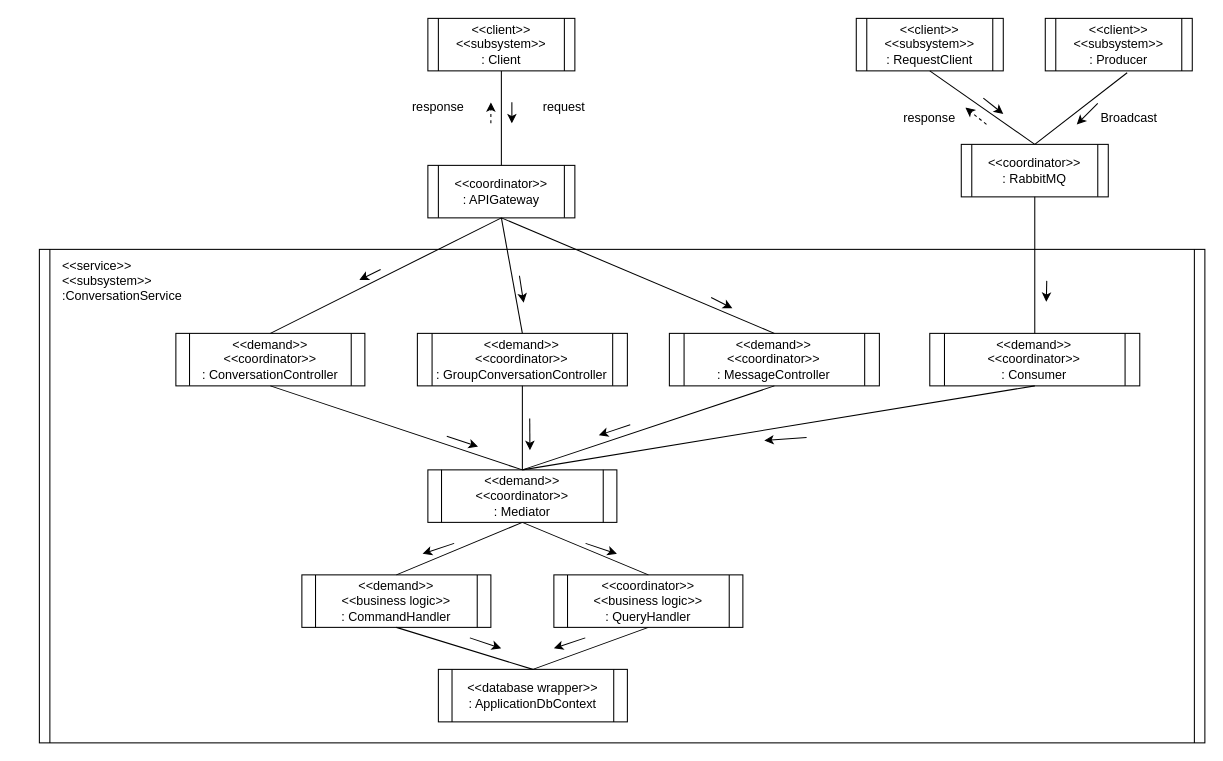
This is docs/Subsystem Diagram/Conversation.subsystem.drawio from Carl-Johnsons/Chat-Application, a draw.io file, before an edit. Source tidied: cells renumbered, new cells numbered last; positions are measured from the earlier drawing's top-left corner, leaving out a move shared by most shapes. Both pictures are drawn from the tidied source at 105%, with x=0, y=0 at pixel (39, 18).
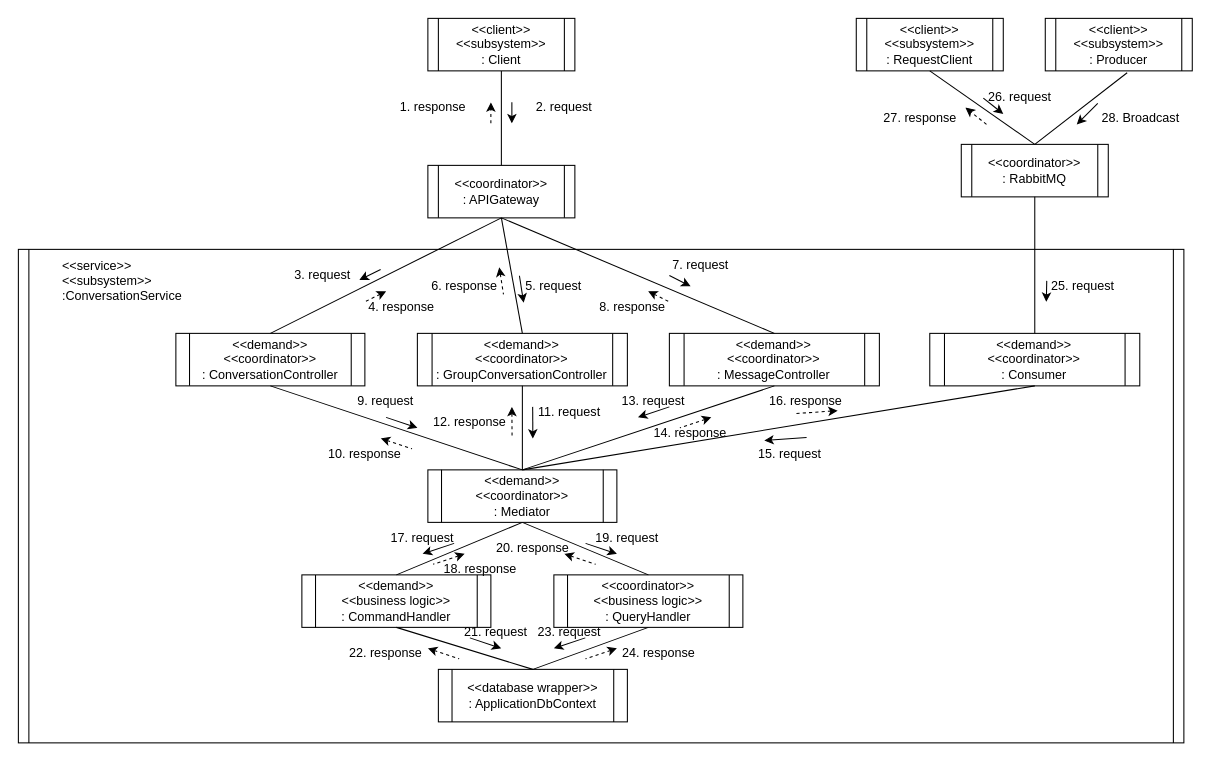
After the change.

The edit, as a diff of the source:
```diff
@@
     <mxCell id="2" style="shape=process;whiteSpace=wrap;html=1;backgroundOutline=1;size=0.009009009009009009;" parent="1" vertex="1">
-      <mxGeometry y="220" width="1110" height="470" as="geometry" />
+      <mxGeometry x="-20" y="220" width="1110" height="470" as="geometry" />
     </mxCell>
@@
-    <mxCell id="26" value="request" style="text;html=1;strokeColor=none;fillColor=none;align=center;verticalAlign=middle;whiteSpace=wrap;rounded=0;" parent="1" vertex="1">
+    <mxCell id="26" value="2. request" style="text;html=1;strokeColor=none;fillColor=none;align=center;verticalAlign=middle;whiteSpace=wrap;rounded=0;" parent="1" vertex="1">
       <mxGeometry x="470" y="70" width="60" height="30" as="geometry" />
     </mxCell>
-    <mxCell id="27" value="response" style="text;html=1;strokeColor=none;fillColor=none;align=center;verticalAlign=middle;whiteSpace=wrap;rounded=0;" parent="1" vertex="1">
-      <mxGeometry x="350" y="70" width="60" height="30" as="geometry" />
+    <mxCell id="27" value="1. response" style="text;html=1;strokeColor=none;fillColor=none;align=center;verticalAlign=middle;whiteSpace=wrap;rounded=0;" parent="1" vertex="1">
+      <mxGeometry x="340" y="70" width="70" height="30" as="geometry" />
     </mxCell>
@@
     <mxCell id="30" style="endArrow=classic;html=1;exitX=0.727;exitY=0.106;exitDx=0;exitDy=0;exitPerimeter=0;" parent="1" edge="1">
       <mxGeometry relative="1" as="geometry">
-        <mxPoint x="639.8" y="265.8" as="sourcePoint" />
-        <mxPoint x="660" y="276" as="targetPoint" />
+        <mxPoint x="600" y="244.9" as="sourcePoint" />
+        <mxPoint x="620.2" y="255.1" as="targetPoint" />
       </mxGeometry>
     </mxCell>
     <mxCell id="31" style="endArrow=classic;html=1;exitX=0.636;exitY=0.362;exitDx=0;exitDy=0;exitPerimeter=0;entryX=0.602;entryY=0.383;entryDx=0;entryDy=0;entryPerimeter=0;" parent="1" edge="1">
       <mxGeometry relative="1" as="geometry">
-        <mxPoint x="562.7" y="387.1" as="sourcePoint" />
-        <mxPoint x="532.8" y="397" as="targetPoint" />
+        <mxPoint x="600" y="370" as="sourcePoint" />
+        <mxPoint x="570.1" y="379.9" as="targetPoint" />
       </mxGeometry>
     </mxCell>
     <mxCell id="32" style="endArrow=classic;html=1;exitX=0.636;exitY=0.362;exitDx=0;exitDy=0;exitPerimeter=0;entryX=0.54;entryY=0.426;entryDx=0;entryDy=0;entryPerimeter=0;" parent="1" edge="1">
       <mxGeometry relative="1" as="geometry">
-        <mxPoint x="467" y="381" as="sourcePoint" />
-        <mxPoint x="467.2" y="411.2" as="targetPoint" />
+        <mxPoint x="469.8" y="370" as="sourcePoint" />
+        <mxPoint x="470" y="400.2" as="targetPoint" />
       </mxGeometry>
     </mxCell>
     <mxCell id="33" style="endArrow=classic;html=1;entryX=0.477;entryY=0.404;entryDx=0;entryDy=0;entryPerimeter=0;" parent="1" edge="1">
       <mxGeometry relative="1" as="geometry">
-        <mxPoint x="388" y="398" as="sourcePoint" />
-        <mxPoint x="417.8" y="407.9" as="targetPoint" />
+        <mxPoint x="330.2" y="380" as="sourcePoint" />
+        <mxPoint x="360" y="389.9" as="targetPoint" />
       </mxGeometry>
     </mxCell>
@@
-    <mxCell id="42" value="response" style="text;html=1;strokeColor=none;fillColor=none;align=center;verticalAlign=middle;whiteSpace=wrap;rounded=0;" parent="1" vertex="1">
-      <mxGeometry x="818" y="80" width="60" height="30" as="geometry" />
+    <mxCell id="42" value="27. response" style="text;html=1;strokeColor=none;fillColor=none;align=center;verticalAlign=middle;whiteSpace=wrap;rounded=0;" parent="1" vertex="1">
+      <mxGeometry x="800" y="80" width="78" height="30" as="geometry" />
     </mxCell>
-    <mxCell id="43" value="Broadcast" style="text;html=1;strokeColor=none;fillColor=none;align=center;verticalAlign=middle;whiteSpace=wrap;rounded=0;" parent="1" vertex="1">
-      <mxGeometry x="1008" y="80" width="60" height="30" as="geometry" />
+    <mxCell id="43" value="28. Broadcast" style="text;html=1;strokeColor=none;fillColor=none;align=center;verticalAlign=middle;whiteSpace=wrap;rounded=0;" parent="1" vertex="1">
+      <mxGeometry x="1008" y="80" width="82" height="30" as="geometry" />
     </mxCell>
@@
+    <mxCell id="53" style="endArrow=none;html=1;exitX=0.375;exitY=0.043;exitDx=0;exitDy=0;exitPerimeter=0;entryX=0.352;entryY=0.064;entryDx=0;entryDy=0;entryPerimeter=0;startArrow=classic;startFill=1;endFill=0;dashed=1;" parent="1" edge="1">
+      <mxGeometry relative="1" as="geometry">
+        <mxPoint x="330.2" y="260" as="sourcePoint" />
+        <mxPoint x="310" y="269.9" as="targetPoint" />
+      </mxGeometry>
+    </mxCell>
+    <mxCell id="54" style="endArrow=none;html=1;exitX=0.375;exitY=0.043;exitDx=0;exitDy=0;exitPerimeter=0;entryX=0.523;entryY=0.106;entryDx=0;entryDy=0;entryPerimeter=0;endFill=0;startArrow=classic;startFill=1;dashed=1;" parent="1" edge="1">
+      <mxGeometry relative="1" as="geometry">
+        <mxPoint x="438" y="237.1" as="sourcePoint" />
+        <mxPoint x="442" y="262.9" as="targetPoint" />
+      </mxGeometry>
+    </mxCell>
+    <mxCell id="55" style="endArrow=none;html=1;exitX=0.727;exitY=0.106;exitDx=0;exitDy=0;exitPerimeter=0;startArrow=classic;startFill=1;endFill=0;dashed=1;" parent="1" edge="1">
+      <mxGeometry relative="1" as="geometry">
+        <mxPoint x="579.8" y="259.8" as="sourcePoint" />
+        <mxPoint x="600" y="270" as="targetPoint" />
+      </mxGeometry>
+    </mxCell>
+    <mxCell id="56" style="endArrow=none;html=1;entryX=0.477;entryY=0.404;entryDx=0;entryDy=0;entryPerimeter=0;startArrow=classic;startFill=1;endFill=0;dashed=1;" parent="1" edge="1">
+      <mxGeometry relative="1" as="geometry">
+        <mxPoint x="325.1" y="400" as="sourcePoint" />
+        <mxPoint x="354.9" y="409.9" as="targetPoint" />
+      </mxGeometry>
+    </mxCell>
+    <mxCell id="57" style="endArrow=none;html=1;exitX=0.636;exitY=0.362;exitDx=0;exitDy=0;exitPerimeter=0;entryX=0.54;entryY=0.426;entryDx=0;entryDy=0;entryPerimeter=0;startArrow=classic;startFill=1;endFill=0;dashed=1;" parent="1" edge="1">
+      <mxGeometry relative="1" as="geometry">
+        <mxPoint x="450" y="370" as="sourcePoint" />
+        <mxPoint x="450.2" y="400.2" as="targetPoint" />
+      </mxGeometry>
+    </mxCell>
+    <mxCell id="58" style="endArrow=none;html=1;exitX=0.636;exitY=0.362;exitDx=0;exitDy=0;exitPerimeter=0;entryX=0.602;entryY=0.383;entryDx=0;entryDy=0;entryPerimeter=0;startArrow=classic;startFill=1;endFill=0;dashed=1;" parent="1" edge="1">
+      <mxGeometry relative="1" as="geometry">
+        <mxPoint x="639.9" y="380" as="sourcePoint" />
+        <mxPoint x="610" y="389.9" as="targetPoint" />
+      </mxGeometry>
+    </mxCell>
+    <mxCell id="59" style="endArrow=none;html=1;exitX=0.636;exitY=0.362;exitDx=0;exitDy=0;exitPerimeter=0;entryX=0.622;entryY=0.383;entryDx=0;entryDy=0;entryPerimeter=0;dashed=1;endFill=0;startArrow=classic;startFill=1;" parent="1" edge="1">
+      <mxGeometry relative="1" as="geometry">
+        <mxPoint x="760.3" y="373.6" as="sourcePoint" />
+        <mxPoint x="720" y="376.4" as="targetPoint" />
+      </mxGeometry>
+    </mxCell>
+    <mxCell id="60" style="endArrow=none;html=1;exitX=0.636;exitY=0.362;exitDx=0;exitDy=0;exitPerimeter=0;entryX=0.602;entryY=0.383;entryDx=0;entryDy=0;entryPerimeter=0;endFill=0;dashed=1;startArrow=classic;startFill=1;" parent="1" edge="1">
+      <mxGeometry relative="1" as="geometry">
+        <mxPoint x="405" y="510" as="sourcePoint" />
+        <mxPoint x="375" y="519.9" as="targetPoint" />
+      </mxGeometry>
+    </mxCell>
+    <mxCell id="61" style="endArrow=none;html=1;entryX=0.477;entryY=0.404;entryDx=0;entryDy=0;entryPerimeter=0;startArrow=classic;startFill=1;endFill=0;dashed=1;" parent="1" edge="1">
+      <mxGeometry relative="1" as="geometry">
+        <mxPoint x="500" y="510" as="sourcePoint" />
+        <mxPoint x="529.8" y="519.9" as="targetPoint" />
+      </mxGeometry>
+    </mxCell>
+    <mxCell id="62" style="endArrow=none;html=1;exitX=0.636;exitY=0.362;exitDx=0;exitDy=0;exitPerimeter=0;entryX=0.602;entryY=0.383;entryDx=0;entryDy=0;entryPerimeter=0;dashed=1;endFill=0;startArrow=classic;startFill=1;" parent="1" edge="1">
+      <mxGeometry relative="1" as="geometry">
+        <mxPoint x="550" y="600" as="sourcePoint" />
+        <mxPoint x="520.1" y="609.9" as="targetPoint" />
+      </mxGeometry>
+    </mxCell>
+    <mxCell id="63" style="endArrow=none;html=1;entryX=0.477;entryY=0.404;entryDx=0;entryDy=0;entryPerimeter=0;startArrow=classic;startFill=1;endFill=0;dashed=1;" parent="1" edge="1">
+      <mxGeometry relative="1" as="geometry">
+        <mxPoint x="370" y="600" as="sourcePoint" />
+        <mxPoint x="399.8" y="609.9" as="targetPoint" />
+      </mxGeometry>
+    </mxCell>
+    <mxCell id="64" value="3. request" style="text;html=1;strokeColor=none;fillColor=none;align=center;verticalAlign=middle;whiteSpace=wrap;rounded=0;" parent="1" vertex="1">
+      <mxGeometry x="240" y="230" width="60" height="30" as="geometry" />
+    </mxCell>
+    <mxCell id="65" value="4. response" style="text;html=1;strokeColor=none;fillColor=none;align=center;verticalAlign=middle;whiteSpace=wrap;rounded=0;" parent="1" vertex="1">
+      <mxGeometry x="310" y="260" width="70" height="30" as="geometry" />
+    </mxCell>
+    <mxCell id="66" value="6. response" style="text;html=1;strokeColor=none;fillColor=none;align=center;verticalAlign=middle;whiteSpace=wrap;rounded=0;" parent="1" vertex="1">
+      <mxGeometry x="370" y="240" width="70" height="30" as="geometry" />
+    </mxCell>
+    <mxCell id="67" value="8. response" style="text;html=1;strokeColor=none;fillColor=none;align=center;verticalAlign=middle;whiteSpace=wrap;rounded=0;" parent="1" vertex="1">
+      <mxGeometry x="530" y="260" width="70" height="30" as="geometry" />
+    </mxCell>
+    <mxCell id="68" value="10. response" style="text;html=1;strokeColor=none;fillColor=none;align=center;verticalAlign=middle;whiteSpace=wrap;rounded=0;" parent="1" vertex="1">
+      <mxGeometry x="270" y="400" width="80" height="30" as="geometry" />
+    </mxCell>
+    <mxCell id="69" value="12. response" style="text;html=1;strokeColor=none;fillColor=none;align=center;verticalAlign=middle;whiteSpace=wrap;rounded=0;" parent="1" vertex="1">
+      <mxGeometry x="370" y="370" width="80" height="30" as="geometry" />
+    </mxCell>
+    <mxCell id="70" value="14. response" style="text;html=1;strokeColor=none;fillColor=none;align=center;verticalAlign=middle;whiteSpace=wrap;rounded=0;" parent="1" vertex="1">
+      <mxGeometry x="580" y="380" width="80" height="30" as="geometry" />
+    </mxCell>
+    <mxCell id="71" value="16. response" style="text;html=1;strokeColor=none;fillColor=none;align=center;verticalAlign=middle;whiteSpace=wrap;rounded=0;" parent="1" vertex="1">
+      <mxGeometry x="690" y="350" width="80" height="30" as="geometry" />
+    </mxCell>
+    <mxCell id="72" value="18. response" style="text;html=1;strokeColor=none;fillColor=none;align=center;verticalAlign=middle;whiteSpace=wrap;rounded=0;" parent="1" vertex="1">
+      <mxGeometry x="380" y="510" width="80" height="30" as="geometry" />
+    </mxCell>
+    <mxCell id="73" value="20. response" style="text;html=1;strokeColor=none;fillColor=none;align=center;verticalAlign=middle;whiteSpace=wrap;rounded=0;" parent="1" vertex="1">
+      <mxGeometry x="430" y="490" width="80" height="30" as="geometry" />
+    </mxCell>
+    <mxCell id="74" value="5. request" style="text;html=1;strokeColor=none;fillColor=none;align=center;verticalAlign=middle;whiteSpace=wrap;rounded=0;" parent="1" vertex="1">
+      <mxGeometry x="460" y="240" width="60" height="30" as="geometry" />
+    </mxCell>
+    <mxCell id="75" value="7. request" style="text;html=1;strokeColor=none;fillColor=none;align=center;verticalAlign=middle;whiteSpace=wrap;rounded=0;" parent="1" vertex="1">
+      <mxGeometry x="600" y="220" width="60" height="30" as="geometry" />
+    </mxCell>
+    <mxCell id="76" value="9. request" style="text;html=1;strokeColor=none;fillColor=none;align=center;verticalAlign=middle;whiteSpace=wrap;rounded=0;" parent="1" vertex="1">
+      <mxGeometry x="300" y="350" width="60" height="30" as="geometry" />
+    </mxCell>
+    <mxCell id="77" value="11. request" style="text;html=1;strokeColor=none;fillColor=none;align=center;verticalAlign=middle;whiteSpace=wrap;rounded=0;" parent="1" vertex="1">
+      <mxGeometry x="470" y="360" width="70" height="30" as="geometry" />
+    </mxCell>
+    <mxCell id="78" value="13. request" style="text;html=1;strokeColor=none;fillColor=none;align=center;verticalAlign=middle;whiteSpace=wrap;rounded=0;" parent="1" vertex="1">
+      <mxGeometry x="550" y="350" width="70" height="30" as="geometry" />
+    </mxCell>
+    <mxCell id="79" value="15. request" style="text;html=1;strokeColor=none;fillColor=none;align=center;verticalAlign=middle;whiteSpace=wrap;rounded=0;" parent="1" vertex="1">
+      <mxGeometry x="680" y="400" width="70" height="30" as="geometry" />
+    </mxCell>
+    <mxCell id="80" value="17. request" style="text;html=1;strokeColor=none;fillColor=none;align=center;verticalAlign=middle;whiteSpace=wrap;rounded=0;" parent="1" vertex="1">
+      <mxGeometry x="330" y="480" width="70" height="30" as="geometry" />
+    </mxCell>
+    <mxCell id="81" value="19. request" style="text;html=1;strokeColor=none;fillColor=none;align=center;verticalAlign=middle;whiteSpace=wrap;rounded=0;" parent="1" vertex="1">
+      <mxGeometry x="520" y="480" width="80" height="30" as="geometry" />
+    </mxCell>
+    <mxCell id="82" value="21. request" style="text;html=1;strokeColor=none;fillColor=none;align=center;verticalAlign=middle;whiteSpace=wrap;rounded=0;" parent="1" vertex="1">
+      <mxGeometry x="400" y="570" width="70" height="30" as="geometry" />
+    </mxCell>
+    <mxCell id="83" value="23. request" style="text;html=1;strokeColor=none;fillColor=none;align=center;verticalAlign=middle;whiteSpace=wrap;rounded=0;" parent="1" vertex="1">
+      <mxGeometry x="470" y="570" width="70" height="30" as="geometry" />
+    </mxCell>
+    <mxCell id="84" value="25. request" style="text;html=1;strokeColor=none;fillColor=none;align=center;verticalAlign=middle;whiteSpace=wrap;rounded=0;" parent="1" vertex="1">
+      <mxGeometry x="958" y="240" width="72" height="30" as="geometry" />
+    </mxCell>
+    <mxCell id="85" value="26. request" style="text;html=1;strokeColor=none;fillColor=none;align=center;verticalAlign=middle;whiteSpace=wrap;rounded=0;" parent="1" vertex="1">
+      <mxGeometry x="898" y="60" width="72" height="30" as="geometry" />
+    </mxCell>
+    <mxCell id="86" value="22. response" style="text;html=1;strokeColor=none;fillColor=none;align=center;verticalAlign=middle;whiteSpace=wrap;rounded=0;" parent="1" vertex="1">
+      <mxGeometry x="290" y="590" width="80" height="30" as="geometry" />
+    </mxCell>
+    <mxCell id="87" value="24. response" style="text;html=1;strokeColor=none;fillColor=none;align=center;verticalAlign=middle;whiteSpace=wrap;rounded=0;" parent="1" vertex="1">
+      <mxGeometry x="550" y="590" width="80" height="30" as="geometry" />
+    </mxCell>
```
